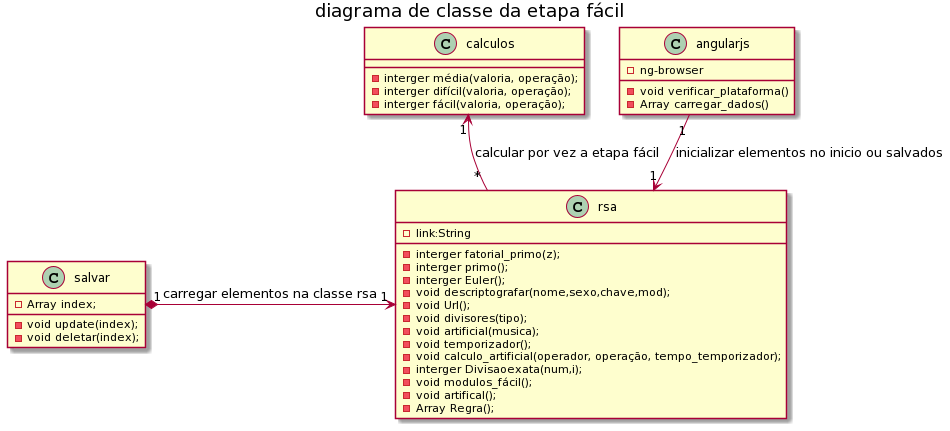
The PlantUML diagram imagens/diagrama de classe da etapa fácil.png in guimaraesprogramador/Desafio, before a commit.
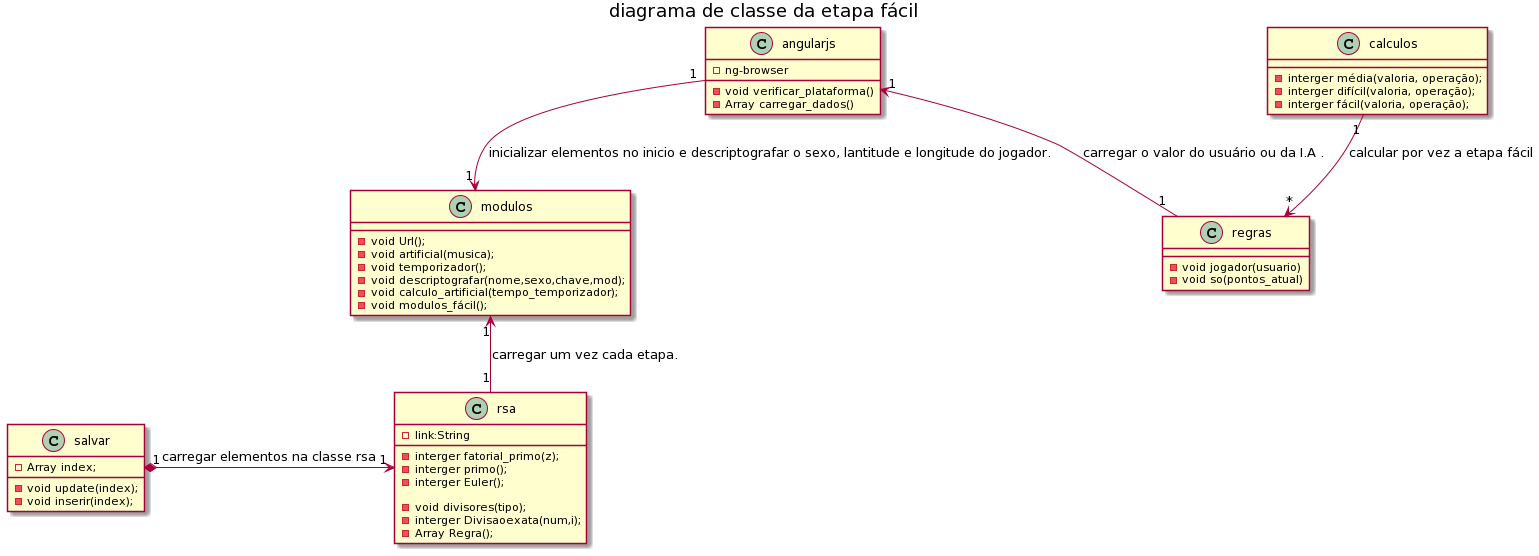
The same diagram one commit later.

What changed in the source:
```diff
@@ -6,20 +6,22 @@
  - interger fácil(valoria, operação);
 
 }
+class "modulos"{
+ -void Url();
+- void artificial(musica);
+- void temporizador();
+-void descriptografar(nome,sexo,chave,mod);
+- void calculo_artificial(tempo_temporizador);
+ - void modulos_fácil();
+}
 Class "rsa"{
  -link:String
  -interger fatorial_primo(z);
 -interger primo();
 -interger Euler();
--void descriptografar(nome,sexo,chave,mod);
- -void Url();
+
 -void divisores(tipo);
-- void artificial(musica);
-- void temporizador();
-- void calculo_artificial(operador, operação, tempo_temporizador);
 - interger Divisaoexata(num,i);
- - void modulos_fácil();
- - void artifical();
  - Array Regra();
 }
 
@@ -28,12 +30,19 @@
  -void verificar_plataforma()
  - Array carregar_dados()
 }
+class "regras"{
+- void jogador(usuario)
+- void so(pontos_atual)
+}
 class salvar{
 - Array index;
 -void update(index);
-- void deletar(index);
+- void inserir(index);
 }
-calculos"1" <-- "*" rsa: calcular por vez a etapa fácil
-angularjs "1" -->"1" rsa: inicializar elementos no inicio ou salvados
+
+calculos"1" --> "*" regras: calcular por vez a etapa fácil
+angularjs "1" -->"1" modulos: inicializar elementos no inicio e descriptografar o sexo, lantitude e longitude do jogador.
+angularjs "1" <--"1" regras: carregar o valor do usuário ou da I.A .
+modulos "1" <-- "1" rsa: carregar um vez cada etapa.
 salvar "1" *-> "1" rsa: carregar elementos na classe rsa
 @enduml
```
